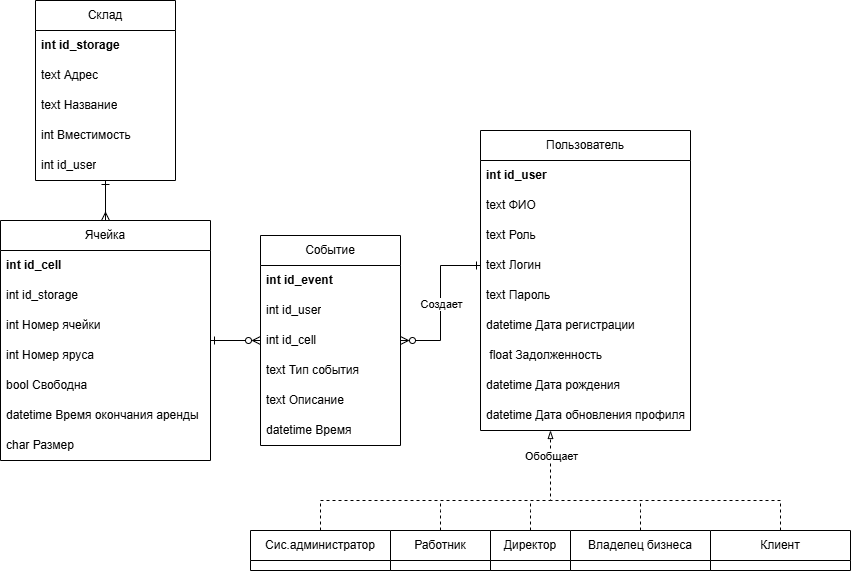
moevm/nosql2h24-store keeps this draw.io diagram as assets/er.png. Above is the earlier version. Source tidied: cells renumbered, new cells last; positions are measured from the earlier drawing's top-left corner, leaving out a move shared by most shapes.
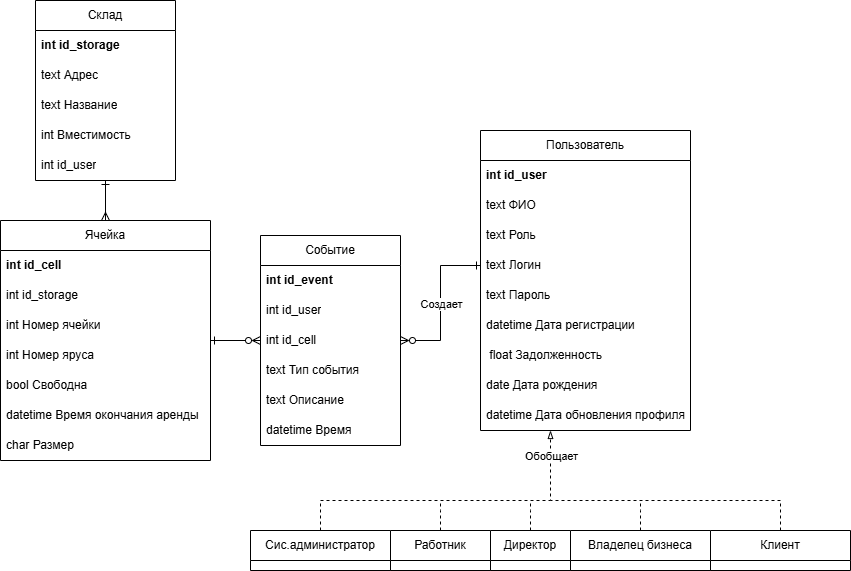
The same file after the commit.

What changed in the source:
```diff
@@ -26,7 +26,7 @@
     <mxCell id="9" value="&amp;nbsp;float Задолженность" style="text;strokeColor=none;fillColor=none;align=left;verticalAlign=middle;spacingLeft=4;spacingRight=4;overflow=hidden;whiteSpace=wrap;html=1;" parent="2" vertex="1">
       <mxGeometry y="210" width="210" height="30" as="geometry" />
     </mxCell>
-    <mxCell id="10" value="datetime Дата рождения" style="text;strokeColor=none;fillColor=none;align=left;verticalAlign=middle;spacingLeft=4;spacingRight=4;overflow=hidden;whiteSpace=wrap;html=1;" parent="2" vertex="1">
+    <mxCell id="10" value="date Дата рождения" style="text;strokeColor=none;fillColor=none;align=left;verticalAlign=middle;spacingLeft=4;spacingRight=4;overflow=hidden;whiteSpace=wrap;html=1;" parent="2" vertex="1">
       <mxGeometry y="240" width="210" height="30" as="geometry" />
     </mxCell>
     <mxCell id="11" value="datetime Дата обновления профиля" style="text;strokeColor=none;fillColor=none;align=left;verticalAlign=middle;spacingLeft=4;spacingRight=4;overflow=hidden;whiteSpace=wrap;html=1;" parent="2" vertex="1">
```
